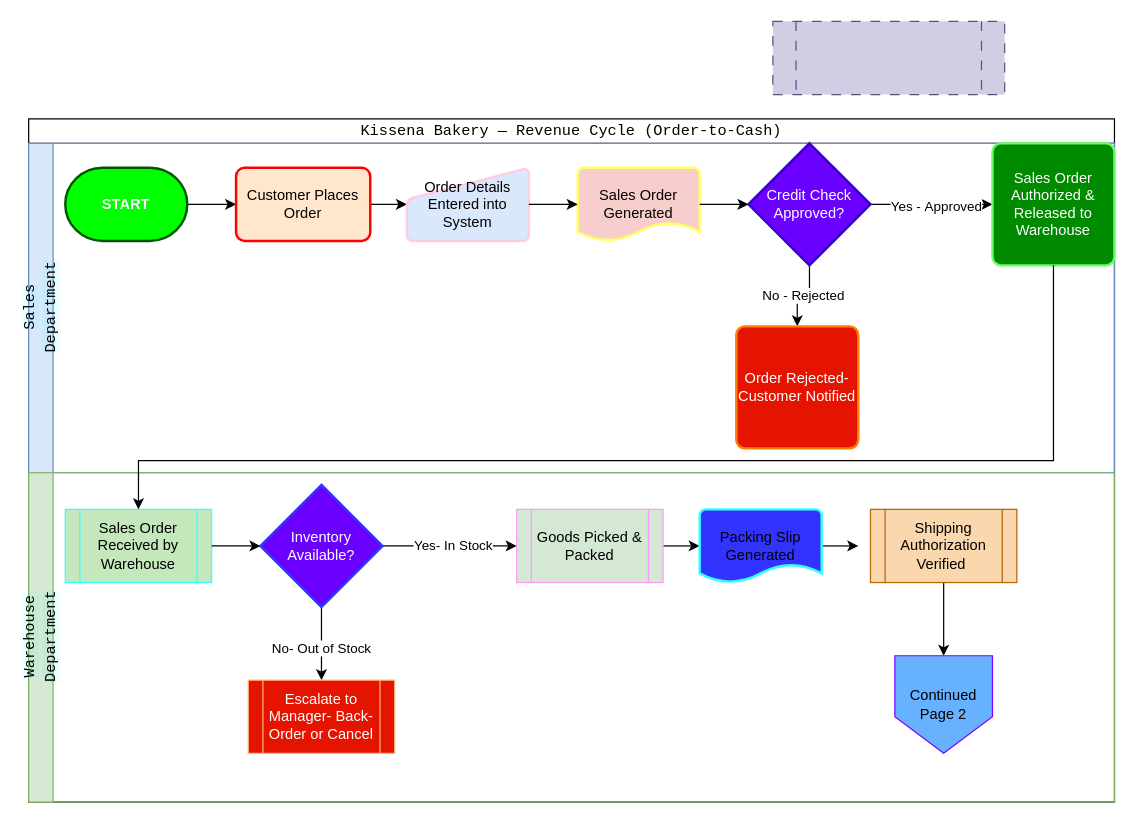
Earlier version of the draw.io diagram page "Page-1" (1 of 2) of Revenue_Cycle_Controls.drawio (haydn3355/drawio). Source tidied: cells renumbered, new cells numbered last; positions are measured from the earlier drawing's top-left corner, leaving out a move shared by most shapes. Both pictures are drawn from the tidied source at 122%, with x=0, y=0 at pixel (28, 21).
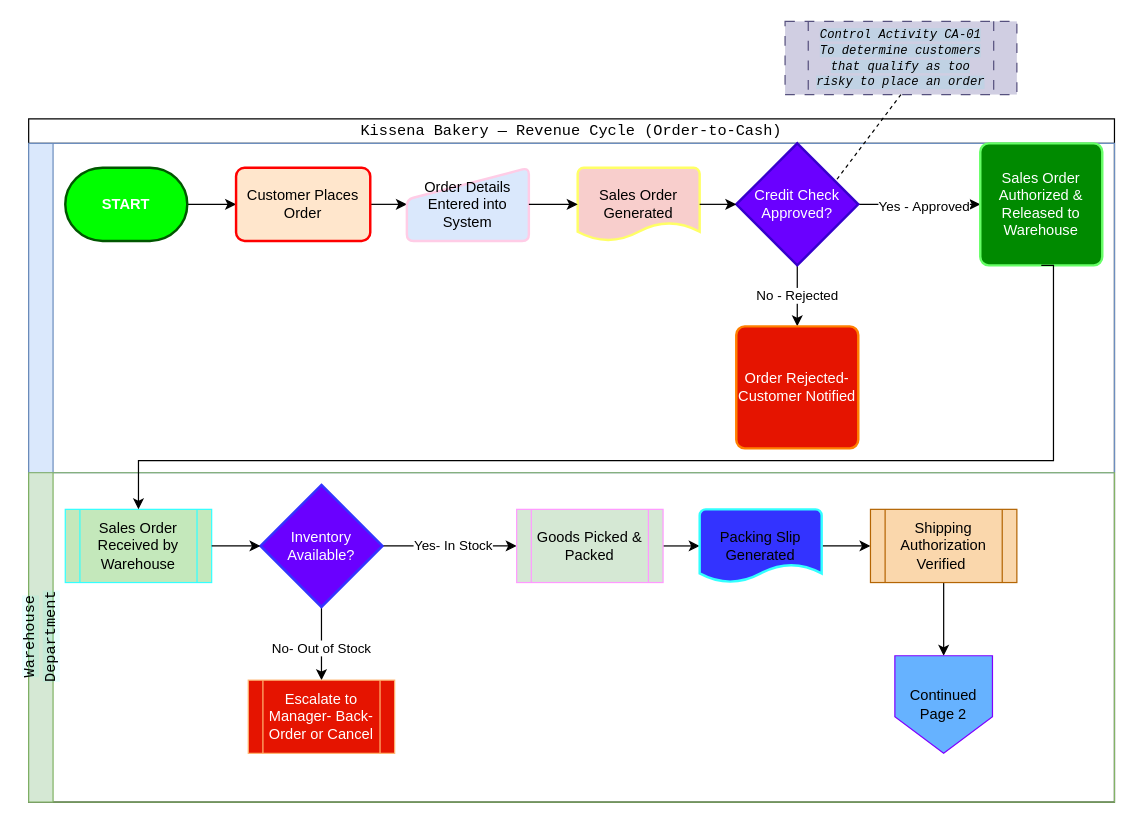
Above is the later version.

The change refers to these unchanged cells:
```xml
<mxCell id="18" value="&lt;span style=&quot;font-family: &amp;quot;Share Tech Mono&amp;quot;, monospace; font-size: 12.512px; font-weight: 400; text-align: start; text-wrap-mode: wrap; background-color: rgba(0, 245, 255, 0.08);&quot;&gt;&lt;font style=&quot;color: rgb(0, 0, 0);&quot;&gt;Warehouse Department&lt;/font&gt;&lt;/span&gt;" style="swimlane;html=1;startSize=20;horizontal=0;fillColor=#d5e8d4;strokeColor=#82b366;" parent="2" vertex="1">
  <mxGeometry y="290" width="890" height="270" as="geometry" />
</mxCell>
<mxCell id="30" value="Packing Slip Generated" style="strokeWidth=2;html=1;shape=mxgraph.flowchart.document2;whiteSpace=wrap;size=0.25;fillColor=#3333FF;strokeColor=#33FFFF;" parent="18" vertex="1">
  <mxGeometry x="550" y="30" width="100" height="60" as="geometry" />
</mxCell>
<mxCell id="32" value="Shipping Authorization Verified&amp;nbsp;" style="shape=process;whiteSpace=wrap;html=1;backgroundOutline=1;fillColor=#fad7ac;strokeColor=#b46504;" parent="18" vertex="1">
  <mxGeometry x="690" y="30" width="120" height="60" as="geometry" />
</mxCell>
```

What changed in the source:
```diff
@@
-    <mxCell id="2" value="&lt;span style=&quot;font-family: &amp;quot;Share Tech Mono&amp;quot;, monospace; font-size: 12.512px; font-weight: 400; text-align: start;&quot;&gt;&lt;font style=&quot;color: rgb(0, 0, 0);&quot;&gt;Kissena Bakery — Revenue Cycle (Order-to-Cash)&lt;/font&gt;&lt;/span&gt;" style="swimlane;html=1;horizontal=1;startSize=20;whiteSpace=wrap;" parent="1" vertex="1">
+    <mxCell id="2" value="&lt;span style=&quot;font-family: &amp;quot;Share Tech Mono&amp;quot;, monospace; font-size: 12.512px; font-weight: 400; text-align: start;&quot;&gt;&lt;font style=&quot;color: rgb(0, 0, 0);&quot;&gt;Kissena Bakery — Revenue Cycle (Order-to-Cash)&lt;/font&gt;&lt;/span&gt;" style="swimlane;html=1;horizontal=1;startSize=20;whiteSpace=wrap;strokeColor=default;" parent="1" vertex="1">
       <mxGeometry y="80" width="890" height="560" as="geometry" />
     </mxCell>
-    <mxCell id="3" value="&lt;span style=&quot;font-family: &amp;quot;Share Tech Mono&amp;quot;, monospace; font-size: 12.512px; font-weight: 400; text-align: start; text-wrap-mode: wrap; background-color: rgba(0, 245, 255, 0.08);&quot;&gt;&lt;font style=&quot;color: rgb(0, 0, 0);&quot;&gt;Sales Department&lt;/font&gt;&lt;/span&gt;" style="swimlane;html=1;startSize=20;horizontal=0;fillColor=#dae8fc;strokeColor=#6c8ebf;" parent="2" vertex="1">
+    <mxCell id="3" value=" " style="swimlane;html=1;startSize=20;horizontal=0;fillColor=#dae8fc;strokeColor=#6c8ebf;" parent="2" vertex="1">
       <mxGeometry y="20" width="890" height="270" as="geometry" />
     </mxCell>
@@
     <mxCell id="14" value="Credit Check Approved?" style="strokeWidth=2;html=1;shape=mxgraph.flowchart.decision;whiteSpace=wrap;fillColor=#6a00ff;fontColor=#ffffff;strokeColor=#3700CC;" parent="3" vertex="1">
-      <mxGeometry x="590" width="100" height="100" as="geometry" />
+      <mxGeometry x="580" width="100" height="100" as="geometry" />
     </mxCell>
@@
     <mxCell id="17" value="Sales Order Authorized &amp;amp; Released to Warehouse" style="rounded=1;whiteSpace=wrap;html=1;absoluteArcSize=1;arcSize=14;strokeWidth=2;fillColor=#008a00;fontColor=#ffffff;strokeColor=#66FF66;" parent="3" vertex="1">
-      <mxGeometry x="790" width="100" height="100" as="geometry" />
+      <mxGeometry x="780" width="100" height="100" as="geometry" />
     </mxCell>
@@
-    <mxCell id="29" style="edgeStyle=orthogonalEdgeStyle;rounded=0;jettySize=auto;html=1;exitX=1;exitY=0.5;exitDx=0;exitDy=0;exitPerimeter=0;" parent="18" edge="1" source="30">
-      <mxGeometry relative="1" as="geometry">
-        <mxPoint x="680" y="60" as="targetPoint" />
-      </mxGeometry>
+    <mxCell id="29" style="edgeStyle=orthogonalEdgeStyle;rounded=0;jettySize=auto;html=1;exitX=1;exitY=0.5;exitDx=0;exitDy=0;exitPerimeter=0;entryX=0;entryY=0.5;entryDx=0;entryDy=0;" parent="18" edge="1" source="30" target="32">
+      <mxGeometry relative="1" as="geometry" />
     </mxCell>
@@
-    <mxCell id="35" style="shape=process;whiteSpace=wrap;html=1;backgroundOutline=1;dashed=1;dashPattern=8 8;fillColor=#d0cee2;strokeColor=#56517e;fontStyle=2;fontSize=10;" parent="1" vertex="1">
-      <mxGeometry x="610" width="190" height="60" as="geometry" />
+    <mxCell id="35" value="&lt;span style=&quot;font-family: &amp;quot;Share Tech Mono&amp;quot;, monospace; text-align: start; background-color: rgba(0, 245, 255, 0.08);&quot;&gt;&lt;font style=&quot;color: rgb(0, 0, 0);&quot;&gt;Control Activity CA-01&lt;/font&gt;&lt;/span&gt;&lt;div&gt;&lt;span style=&quot;font-family: &amp;quot;Share Tech Mono&amp;quot;, monospace; text-align: start; background-color: rgba(0, 245, 255, 0.08);&quot;&gt;&lt;font style=&quot;color: rgb(0, 0, 0);&quot;&gt;To determine customers that qualify as too risky to place an order&lt;/font&gt;&lt;/span&gt;&lt;/div&gt;" style="shape=process;whiteSpace=wrap;html=1;backgroundOutline=1;dashed=1;dashPattern=8 8;fillColor=#d0cee2;strokeColor=#56517e;fontStyle=2;fontSize=10;" parent="1" vertex="1">
+      <mxGeometry x="620" width="190" height="60" as="geometry" />
     </mxCell>
+    <mxCell id="36" style="rounded=0;jettySize=auto;html=1;exitX=0.5;exitY=1;exitDx=0;exitDy=0;entryX=0.81;entryY=0.315;entryDx=0;entryDy=0;entryPerimeter=0;strokeColor=default;startArrow=none;startFill=0;elbow=vertical;dashed=1;endArrow=none;endFill=0;" parent="1" edge="1" source="35" target="14">
+      <mxGeometry relative="1" as="geometry" />
+    </mxCell>
```
